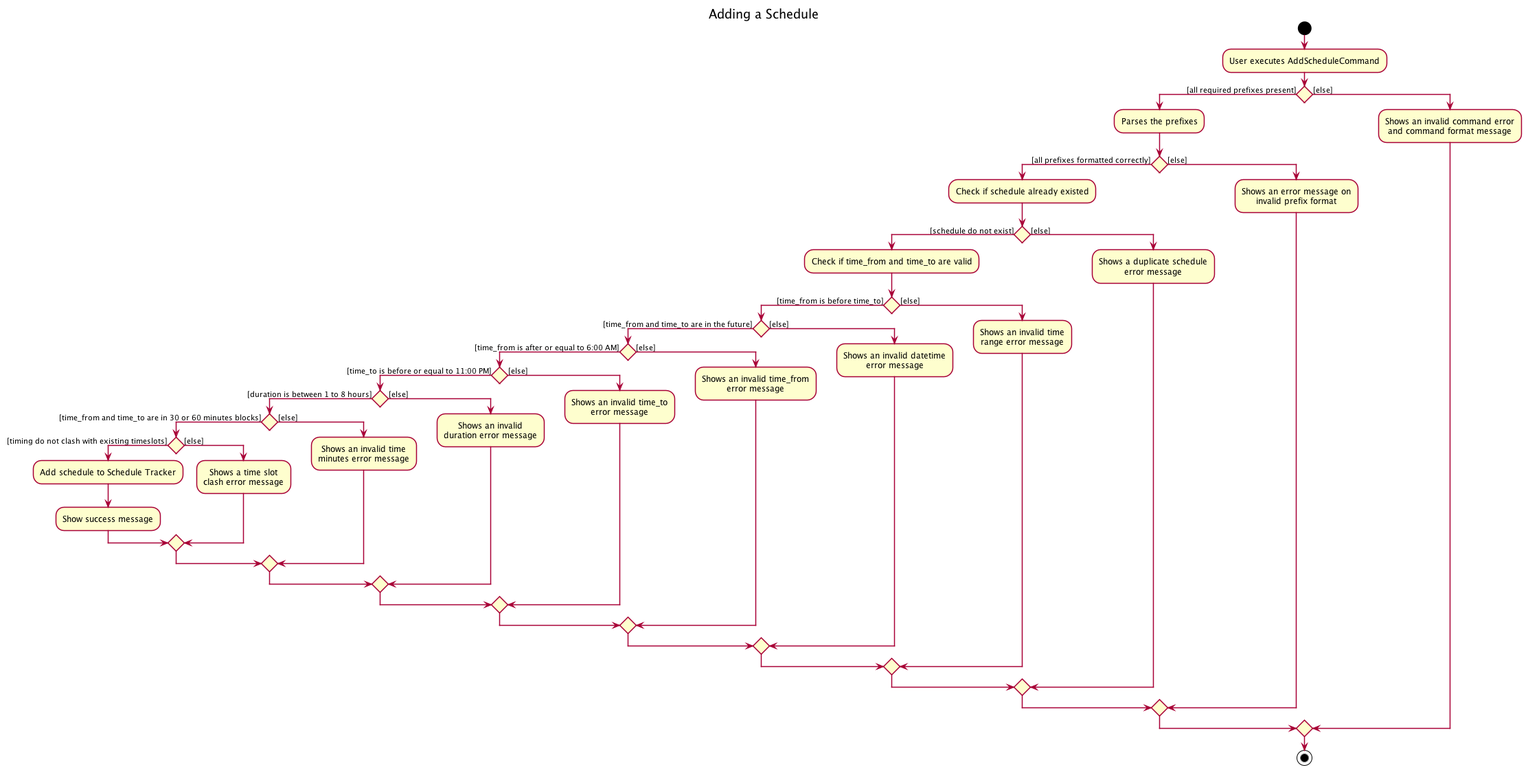
Earlier version of the PlantUML export docs/images/schedule/ScheduleActivityDiagram.png (nus-cs2103-AY2021S2/tp). Its source is kept beside it as docs/diagrams/schedule/ScheduleActivityDiagram.puml.
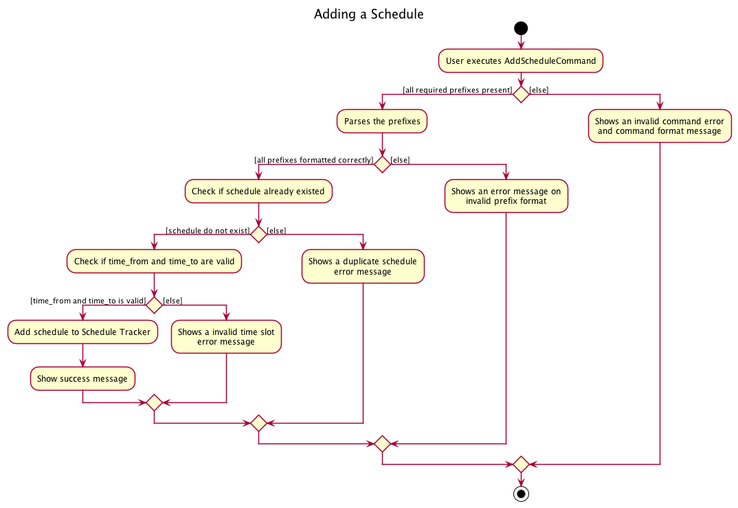
After the commit.

Diff of the diagram source:
```diff
@@ -14,68 +14,14 @@
           if () then ([schedule do not exist])
           :Check if time_from and time_to are valid;
 
-              if () then ([time_from is before time_to])
-
-                  if () then ([time_from and time_to are in the future])
-
-                      if () then ([time_from is after or equal to 6:00 AM])
-
-                          if () then ([time_to is before or equal to 11:00 PM])
-
-                              if () then ([duration is between 1 to 8 hours])
-
-                                  if () then ([time_from and time_to are in 30 or 60 minutes blocks])
-
-                                      if () then ([timing do not clash with existing timeslots])
-                                      :Add schedule to Schedule Tracker;
-                                      :Show success message;
-
-                                      else ([else])
-
-                                      :Shows a time slot
-                                      clash error message;
-
-                                      endif
-
-                                  else ([else])
-
-                                  :Shows an invalid time
-                                  minutes error message;
-
-                                  endif
-
-                              else ([else])
-
-                              :Shows an invalid
-                              duration error message;
-
-                              endif
-
-                          else ([else])
-
-                          :Shows an invalid time_to
-                          error message;
-
-                          endif
-
-                      else ([else])
-
-                      :Shows an invalid time_from
-                      error message;
-
-                      endif
-
-                  else ([else])
-
-                  :Shows an invalid datetime
-                  error message;
-
-                  endif
+              if () then ([time_from and time_to is valid])
+              :Add schedule to Schedule Tracker;
+              :Show success message;
 
               else ([else])
 
-              :Shows an invalid time
-              range error message;
+              :Shows a invalid time slot
+              error message;
 
               endif
 
```
